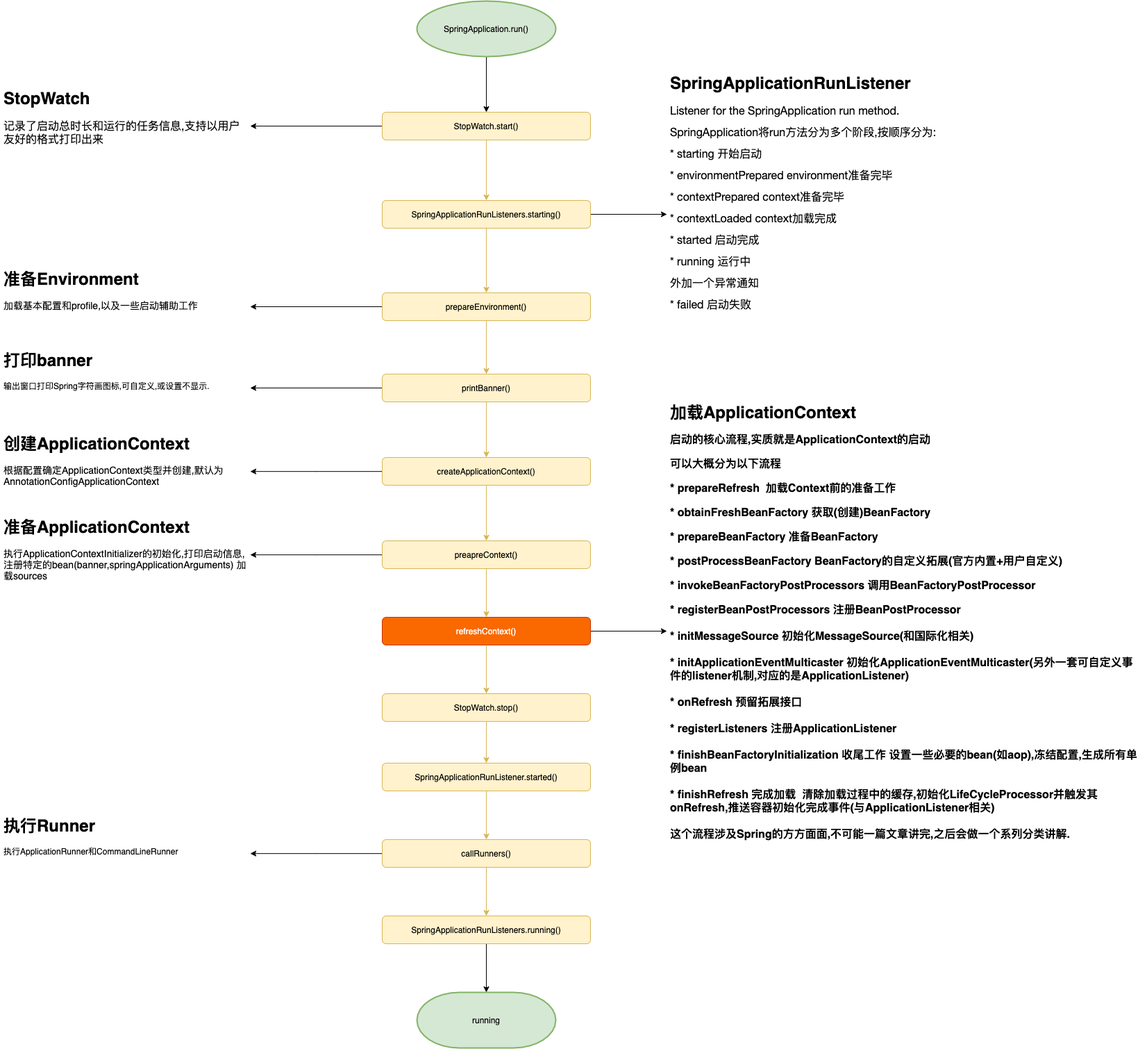
Before: article/Spring/img/SpringBoot-startup.png, a diagram exported from draw.io (alonWang/alonWang.github.io). Source tidied: cells renumbered, new cells last; positions are measured from the earlier drawing's top-left corner, leaving out a move shared by most shapes.
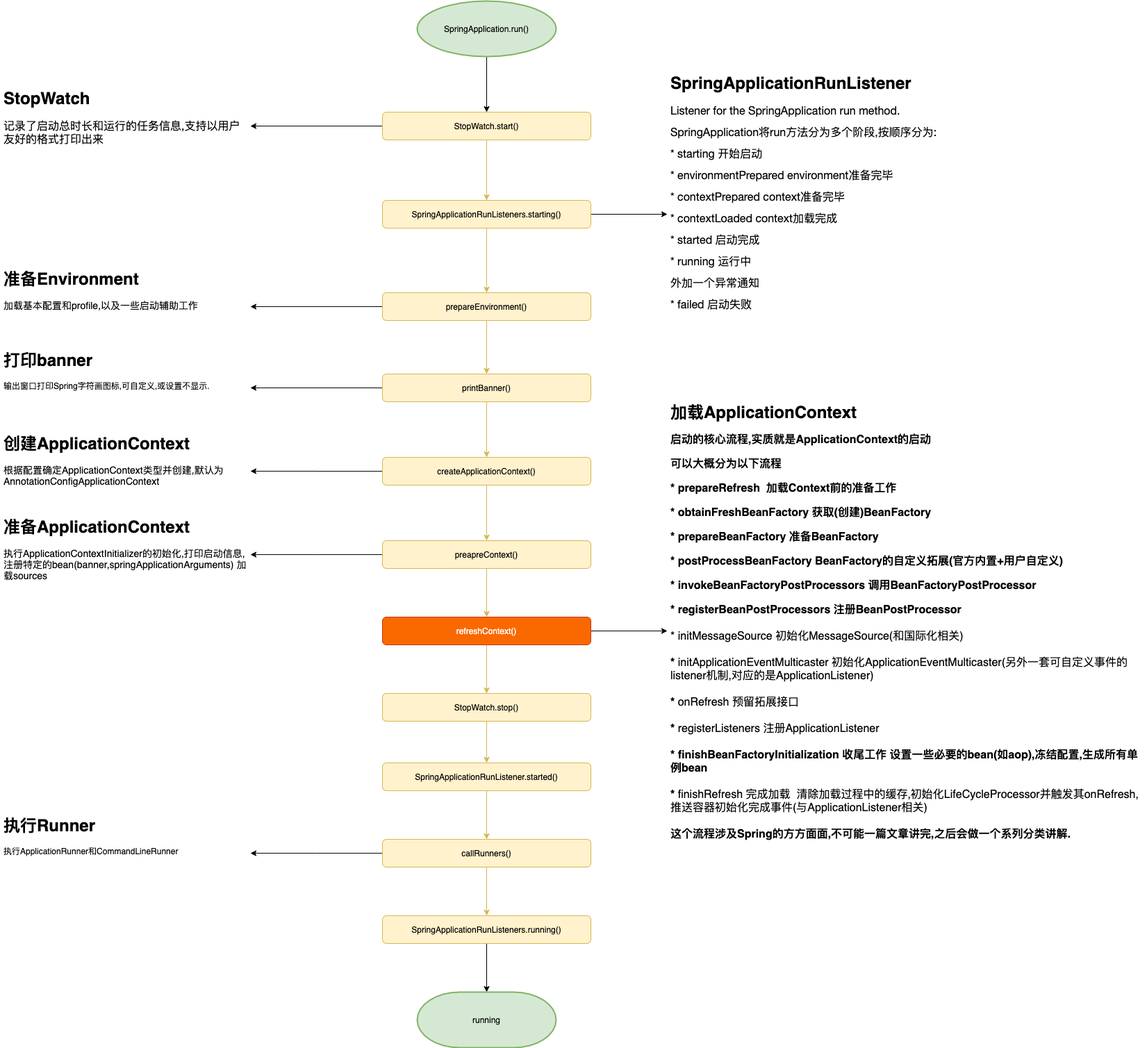
After the change.

Commit message:
Spring Boot

Change to the diagram source:
```diff
@@ -119,7 +119,7 @@
     <mxCell id="40" value="&lt;h1&gt;准备ApplicationContext&lt;/h1&gt;&lt;p&gt;&lt;font style=&quot;font-size: 14px&quot;&gt;执行ApplicationContextInitializer的初始化,打印启动信息,注册特定的bean(banner,springApplicationArguments) 加载sources&lt;/font&gt;&lt;/p&gt;" style="text;html=1;fillColor=none;spacing=5;spacingTop=-20;whiteSpace=wrap;overflow=hidden;rounded=0;" parent="1" vertex="1">
       <mxGeometry y="737.8" width="360" height="118.5" as="geometry" />
     </mxCell>
-    <mxCell id="41" value="&lt;h1&gt;加载ApplicationContext&lt;/h1&gt;&lt;p style=&quot;font-size: 16px&quot;&gt;&lt;b&gt;启动的核心&lt;font style=&quot;font-size: 16px&quot;&gt;流程,实质就是ApplicationContext的启动&lt;/font&gt;&lt;/b&gt;&lt;/p&gt;&lt;p style=&quot;font-size: 16px&quot;&gt;&lt;b&gt;&lt;font style=&quot;font-size: 16px&quot;&gt;可以大概分为以下流程&lt;/font&gt;&lt;/b&gt;&lt;/p&gt;&lt;p style=&quot;font-size: 16px&quot;&gt;&lt;b&gt;&lt;font style=&quot;font-size: 16px&quot;&gt;* prepareRefresh&amp;nbsp; 加载Context前的准备工作&lt;/font&gt;&lt;/b&gt;&lt;/p&gt;&lt;p style=&quot;font-size: 16px&quot;&gt;&lt;b&gt;&lt;font style=&quot;font-size: 16px&quot;&gt;* obtainFreshBeanFactory 获取(创建)BeanFactory&lt;/font&gt;&lt;/b&gt;&lt;/p&gt;&lt;p style=&quot;font-size: 16px&quot;&gt;&lt;b&gt;&lt;font style=&quot;font-size: 16px&quot;&gt;* prepareBeanFactory 准备BeanFactory&lt;/font&gt;&lt;/b&gt;&lt;/p&gt;&lt;p style=&quot;font-size: 16px&quot;&gt;&lt;b&gt;&lt;font style=&quot;font-size: 16px&quot;&gt;* postProcessBeanFactory BeanFactory的自定义拓展(官方内置+用户自定义)&lt;/font&gt;&lt;/b&gt;&lt;/p&gt;&lt;p style=&quot;font-size: 16px&quot;&gt;&lt;b&gt;&lt;font style=&quot;font-size: 16px&quot;&gt;* invokeBeanFactoryPostProcessors 调用BeanFactoryPostProcessor&lt;/font&gt;&lt;/b&gt;&lt;/p&gt;&lt;b style=&quot;font-size: 16px&quot;&gt;* registerBeanPostProcessors 注册BeanPostProcessor&lt;br&gt;&lt;br&gt;* initMessageSource 初始化MessageSource(和国际化相关)&lt;br&gt;&lt;br&gt;* initApplicationEventMulticaster 初始化ApplicationEventMulticaster(另外一套可自定义事件的listener机制,对应的是ApplicationListener)&lt;br&gt;&lt;br&gt;* onRefresh 预留拓展接口&lt;br&gt;&lt;br&gt;* registerListeners 注册ApplicationListener&lt;br&gt;&lt;br&gt;* finishBeanFactoryInitialization 收尾工作 设置一些必要的bean(如aop),冻结配置,生成所有单例bean&lt;br&gt;&lt;br&gt;* finishRefresh 完成加载&amp;nbsp; 清除加载过程中的缓存,初始化LifeCycleProcessor并触发其onRefresh,推送容器初始化完成事件(与ApplicationListener相关)&lt;br&gt;&lt;br&gt;这个流程涉及Spring的方方面面,不可能一篇文章讲完,之后会做一个系列分类讲解.&lt;br&gt;&lt;br&gt;&lt;br&gt;&lt;/b&gt;&lt;br&gt;&lt;p style=&quot;font-size: 16px&quot;&gt;&lt;b&gt;&lt;font style=&quot;font-size: 16px&quot;&gt;&amp;nbsp;&lt;/font&gt;&lt;/b&gt;&lt;/p&gt;&lt;p style=&quot;font-size: 16px&quot;&gt;&lt;b&gt;&lt;font style=&quot;font-size: 16px&quot;&gt;&lt;br&gt;&lt;/font&gt;&lt;/b&gt;&lt;/p&gt;" style="text;html=1;fillColor=none;spacing=5;spacingTop=-20;whiteSpace=wrap;overflow=hidden;rounded=0;strokeColor=none;" parent="1" vertex="1">
+    <mxCell id="41" value="&lt;h1&gt;加载ApplicationContext&lt;/h1&gt;&lt;p style=&quot;font-size: 16px&quot;&gt;&lt;b&gt;启动的核心&lt;font style=&quot;font-size: 16px&quot;&gt;流程,实质就是ApplicationContext的启动&lt;/font&gt;&lt;/b&gt;&lt;/p&gt;&lt;p style=&quot;font-size: 16px&quot;&gt;&lt;b&gt;&lt;font style=&quot;font-size: 16px&quot;&gt;可以大概分为以下流程&lt;/font&gt;&lt;/b&gt;&lt;/p&gt;&lt;p style=&quot;font-size: 16px&quot;&gt;&lt;b&gt;&lt;font style=&quot;font-size: 16px&quot;&gt;* prepareRefresh&amp;nbsp; 加载Context前的准备工作&lt;/font&gt;&lt;/b&gt;&lt;/p&gt;&lt;p style=&quot;font-size: 16px&quot;&gt;&lt;b&gt;&lt;font style=&quot;font-size: 16px&quot;&gt;* obtainFreshBeanFactory 获取(创建)BeanFactory&lt;/font&gt;&lt;/b&gt;&lt;/p&gt;&lt;p style=&quot;font-size: 16px&quot;&gt;&lt;b&gt;&lt;font style=&quot;font-size: 16px&quot;&gt;* prepareBeanFactory 准备BeanFactory&lt;/font&gt;&lt;/b&gt;&lt;/p&gt;&lt;p style=&quot;font-size: 16px&quot;&gt;&lt;b&gt;&lt;font style=&quot;font-size: 16px&quot;&gt;* postProcessBeanFactory BeanFactory的自定义拓展(官方内置+用户自定义)&lt;/font&gt;&lt;/b&gt;&lt;/p&gt;&lt;p style=&quot;font-size: 16px&quot;&gt;&lt;b&gt;&lt;font style=&quot;font-size: 16px&quot;&gt;* invokeBeanFactoryPostProcessors 调用BeanFactoryPostProcessor&lt;/font&gt;&lt;/b&gt;&lt;/p&gt;&lt;span style=&quot;font-size: 16px&quot;&gt;&lt;b&gt;* registerBeanPostProcessors 注册BeanPostProcessor&lt;/b&gt;&lt;br&gt;&lt;br&gt;* initMessageSource 初始化MessageSource(和国际化相关)&lt;br&gt;&lt;br&gt;&lt;b&gt;* &lt;/b&gt;initApplicationEventMulticaster 初始化ApplicationEventMulticaster(另外一套可自定义事件的listener机制,对应的是ApplicationListener)&lt;br&gt;&lt;br&gt;&lt;b&gt;* &lt;/b&gt;onRefresh 预留拓展接口&lt;br&gt;&lt;br&gt;&lt;b&gt;*&lt;/b&gt; registerListeners 注册ApplicationListener&lt;br&gt;&lt;br&gt;&lt;b&gt;* finishBeanFactoryInitialization 收尾工作 设置一些必要的bean(如aop),冻结配置,生成所有单例bean&lt;/b&gt;&lt;br&gt;&lt;br&gt;&lt;b&gt;* &lt;/b&gt;finishRefresh 完成加载&amp;nbsp; 清除加载过程中的缓存,初始化LifeCycleProcessor并触发其onRefresh,推送容器初始化完成事件(与ApplicationListener相关)&lt;br&gt;&lt;br&gt;&lt;b&gt;这个流程涉及Spring的方方面面,不可能一篇文章讲完,之后会做一个系列分类讲解.&lt;/b&gt;&lt;br&gt;&lt;br&gt;&lt;br&gt;&lt;/span&gt;&lt;br&gt;&lt;p style=&quot;font-size: 16px&quot;&gt;&lt;b&gt;&lt;font style=&quot;font-size: 16px&quot;&gt;&amp;nbsp;&lt;/font&gt;&lt;/b&gt;&lt;/p&gt;&lt;p style=&quot;font-size: 16px&quot;&gt;&lt;b&gt;&lt;font style=&quot;font-size: 16px&quot;&gt;&lt;br&gt;&lt;/font&gt;&lt;/b&gt;&lt;/p&gt;" style="text;html=1;fillColor=none;spacing=5;spacingTop=-20;whiteSpace=wrap;overflow=hidden;rounded=0;strokeColor=none;" parent="1" vertex="1">
       <mxGeometry x="960" y="573.4" width="690" height="667.3" as="geometry" />
     </mxCell>
     <mxCell id="42" value="&lt;h1&gt;执行Runner&lt;/h1&gt;&lt;div&gt;执行ApplicationRunner和CommandLineRunner&lt;/div&gt;" style="text;html=1;fillColor=none;spacing=5;spacingTop=-20;whiteSpace=wrap;overflow=hidden;rounded=0;" parent="1" vertex="1">
```
